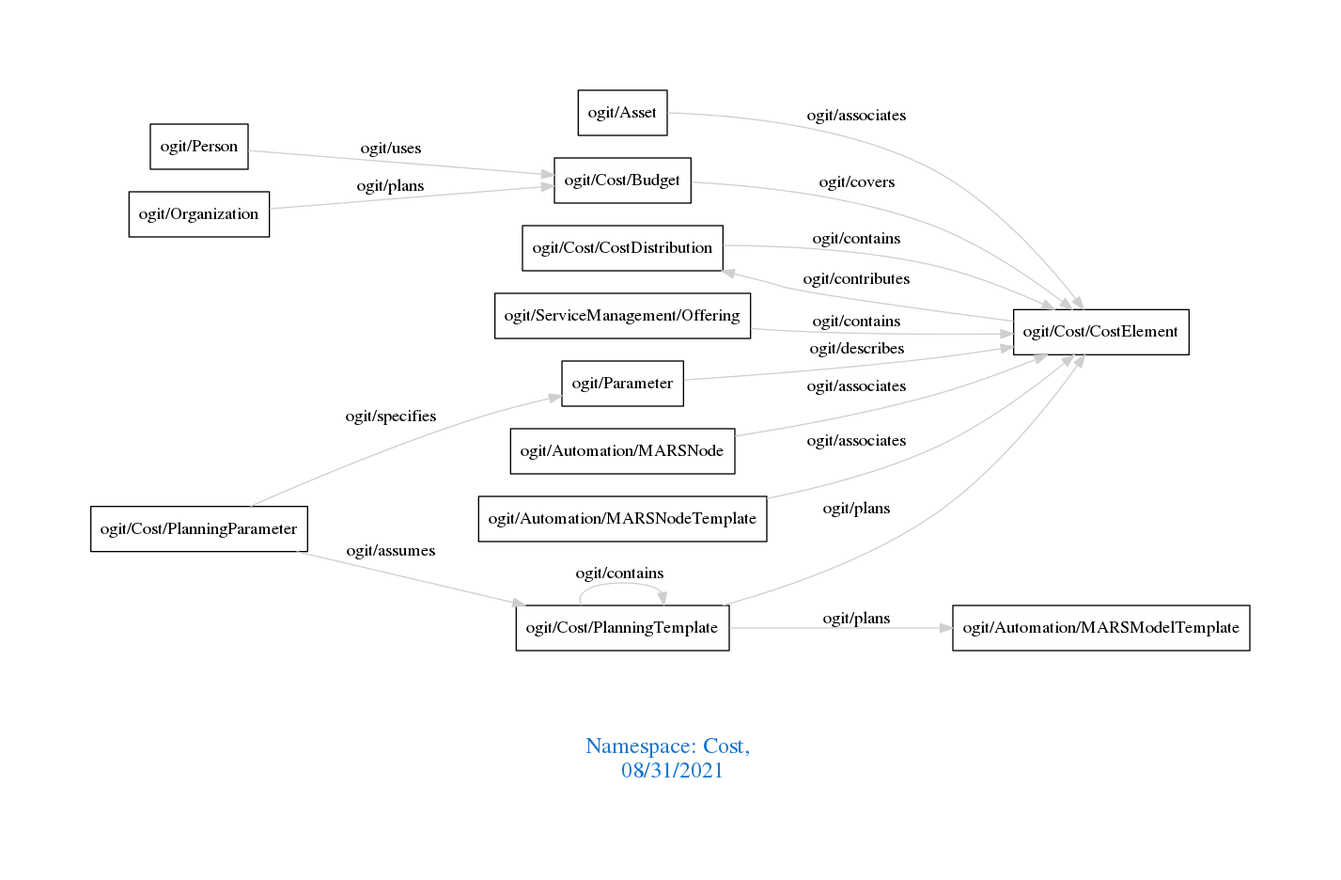
This is downloads/Cost.png from arago/OGIT, a Graphviz export, as it was before one commit. Its source is kept beside it as downloads/Cost.dot.
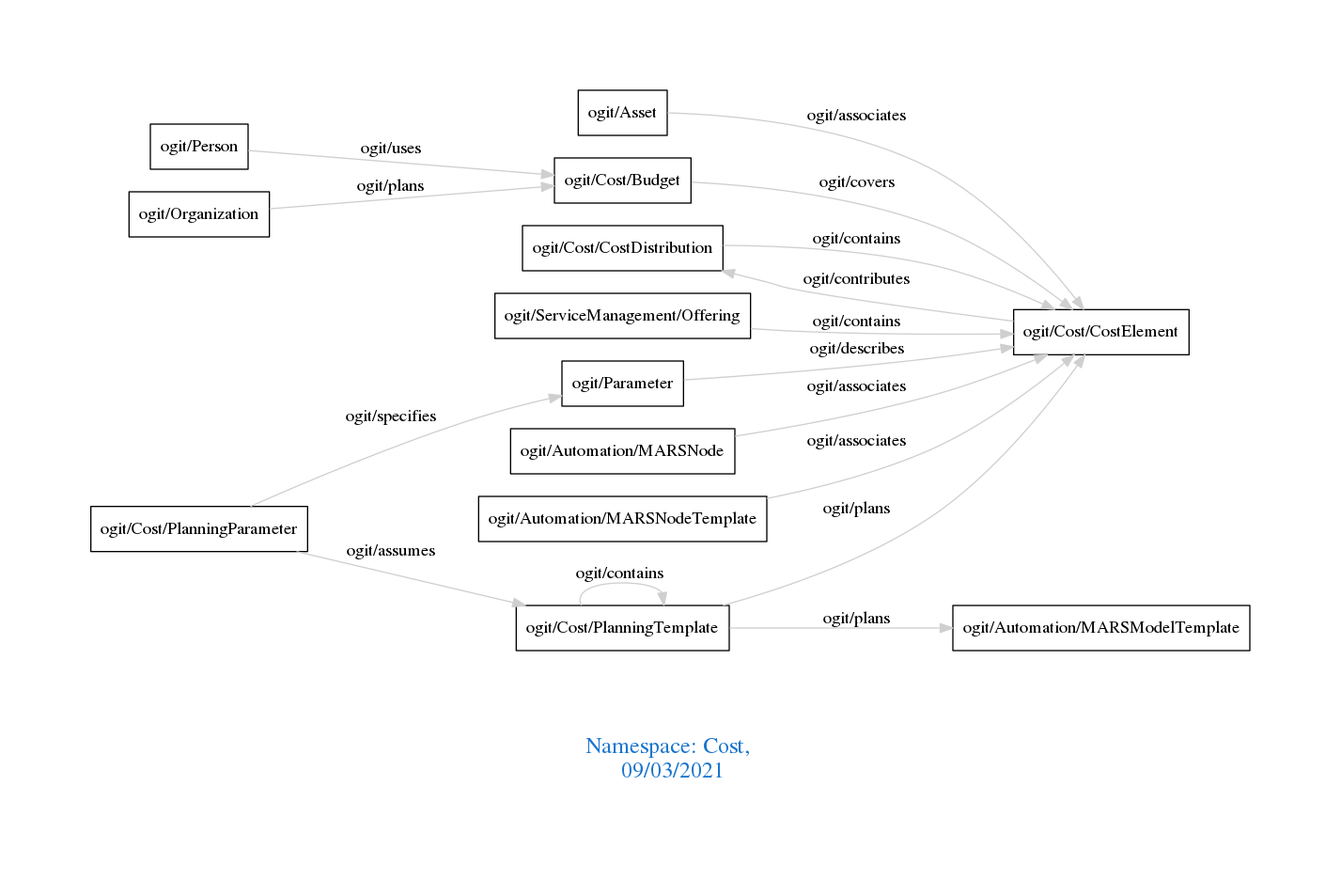
Later version of the same file.

The edit, as a diff of the source:
```diff
@@ -1,7 +1,7 @@
 digraph OGIT_ontology {
  graph [ rankdir= LR,pad=1
 fontsize = 18,
-fontcolor= dodgerblue3,label = "\n\n\nNamespace: Cost, \n 08/31/2021"];
+fontcolor= dodgerblue3,label = "\n\n\nNamespace: Cost, \n 09/03/2021"];
 node[shape=polygon];
 edge [  color="gray81"];
 
```
